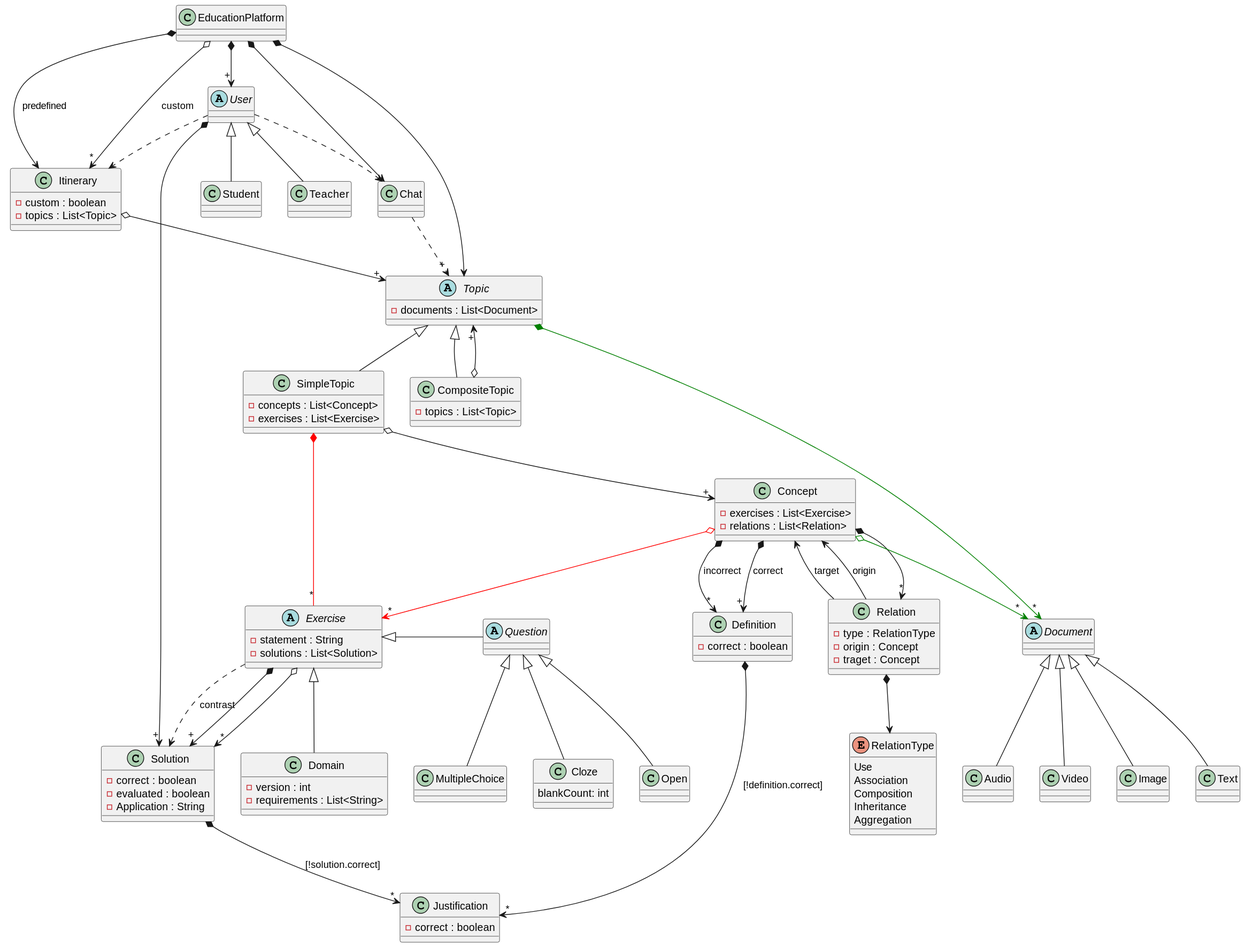
Above: out/Diagrams/EducationPlatform/Domain/EducationPlatformDomain.svg in jumpering/lab-turing (PlantUML), before the change.
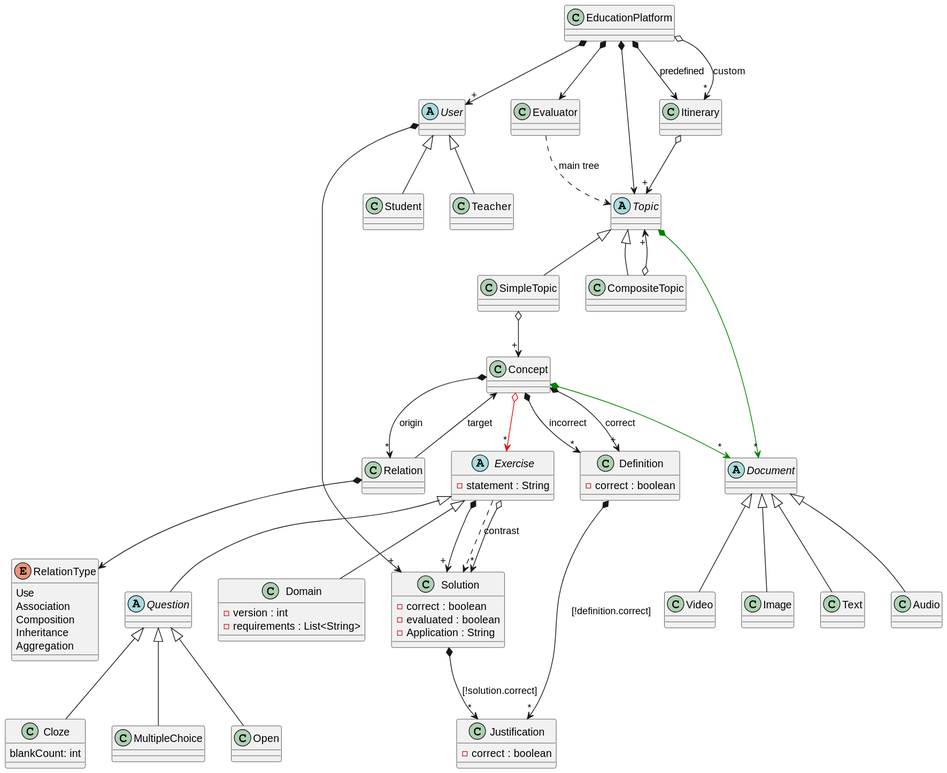
The same diagram one commit later.

Commit message:
Corrections applied

The edit, as a diff of the source:
```diff
@@ -3,7 +3,7 @@
 EducationPlatform *--> Topic
 EducationPlatform *--> Itinerary : predefined
 EducationPlatform o--> "*" Itinerary : custom
-EducationPlatform *--> Chat
+EducationPlatform *--> Evaluator
 
 abstract User{
 }
@@ -11,8 +11,6 @@
 User <|-- Teacher
 User <|-- Student
 User *-->"+" Solution
-User ..> Chat
-User ..> Itinerary
 
 class Teacher{
 }
@@ -20,13 +18,11 @@
 class Student{
 }
 
-class Chat{
+class Evaluator{
 }
-Chat ..> "+" Topic
+Evaluator ..> Topic : main tree
 
 class Itinerary {
-    - custom : boolean
-    - topics : List<Topic>
 }
 Itinerary o--> "+" Topic
 
@@ -46,10 +42,9 @@
 
 abstract Exercise {
     - statement : String
-    - solutions : List<Solution>
 }
 Exercise <|-down- Domain
-Exercise <|-right- Question
+Exercise <|-down- Question
 Exercise *-->"+" Solution
 Exercise o-->"*" Solution
 Exercise ..> Solution : contrast
@@ -75,21 +70,16 @@
 Solution *--> "*" Justification:[!solution.correct]
 
 abstract Topic{
-    - documents : List<Document>
 }
 Topic *-[#green]-> "*" Document
 Topic <|-- CompositeTopic
 Topic <|-- SimpleTopic
 
 class SimpleTopic{
-    - concepts : List<Concept>
-    - exercises : List<Exercise>
 }
 SimpleTopic o--> "+" Concept
-SimpleTopic *-[#red]- "*" Exercise
 
 class CompositeTopic{
-    - topics : List<Topic>
 }
 CompositeTopic o--> "+" Topic
 
@@ -99,24 +89,19 @@
 Document <|-- Image
 Document <|-- Text
 
+
 class Concept{
-    - exercises : List<Exercise>
-    - relations : List<Relation>
 }
 Concept *-down-> "+" Definition : correct
 Concept *-down-> "*" Definition : incorrect
-Concept *-down-> "*" Relation
-Concept o-down[#green]-> "*" Document
+Concept *-down-> "*" Relation : origin
+Concept *-down[#green]-> "*" Document
 Concept o-down[#red]-> "*" Exercise
 
 class Relation {
-    - type : RelationType
-    - origin : Concept
-    - traget : Concept
 }
 Relation --> Concept : target
 Relation *-down-> RelationType
-Relation --> Concept : origin
 
 enum RelationType {
     Use
```
